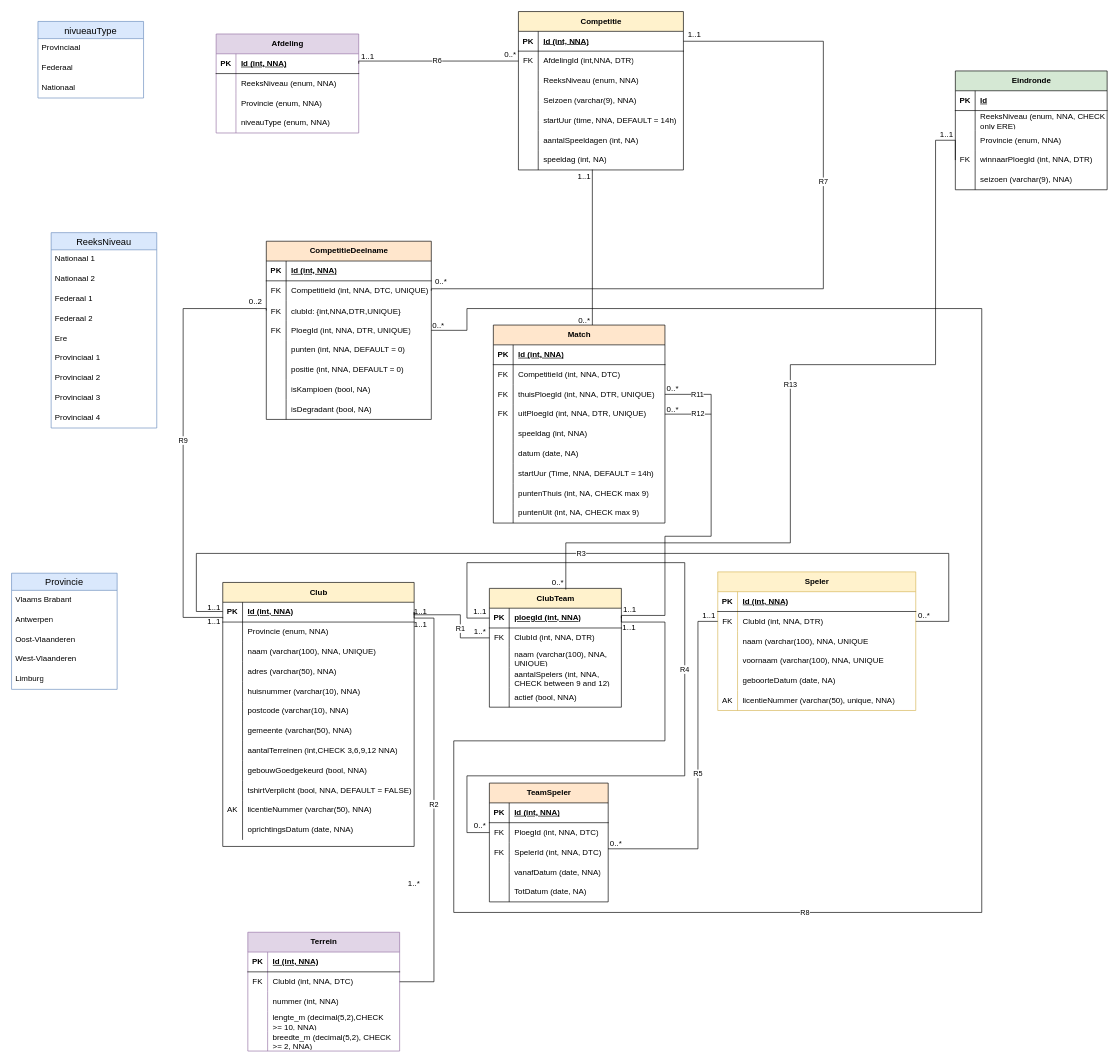
Earlier version of the draw.io diagram project/petanque.drawio (jonastrapmore/databases). Source tidied: cells renumbered, new cells numbered last; positions are measured from the earlier drawing's top-left corner, leaving out a move shared by most shapes. Both pictures are drawn from the tidied source at 66%, with x=0, y=0 at pixel (11, 11).
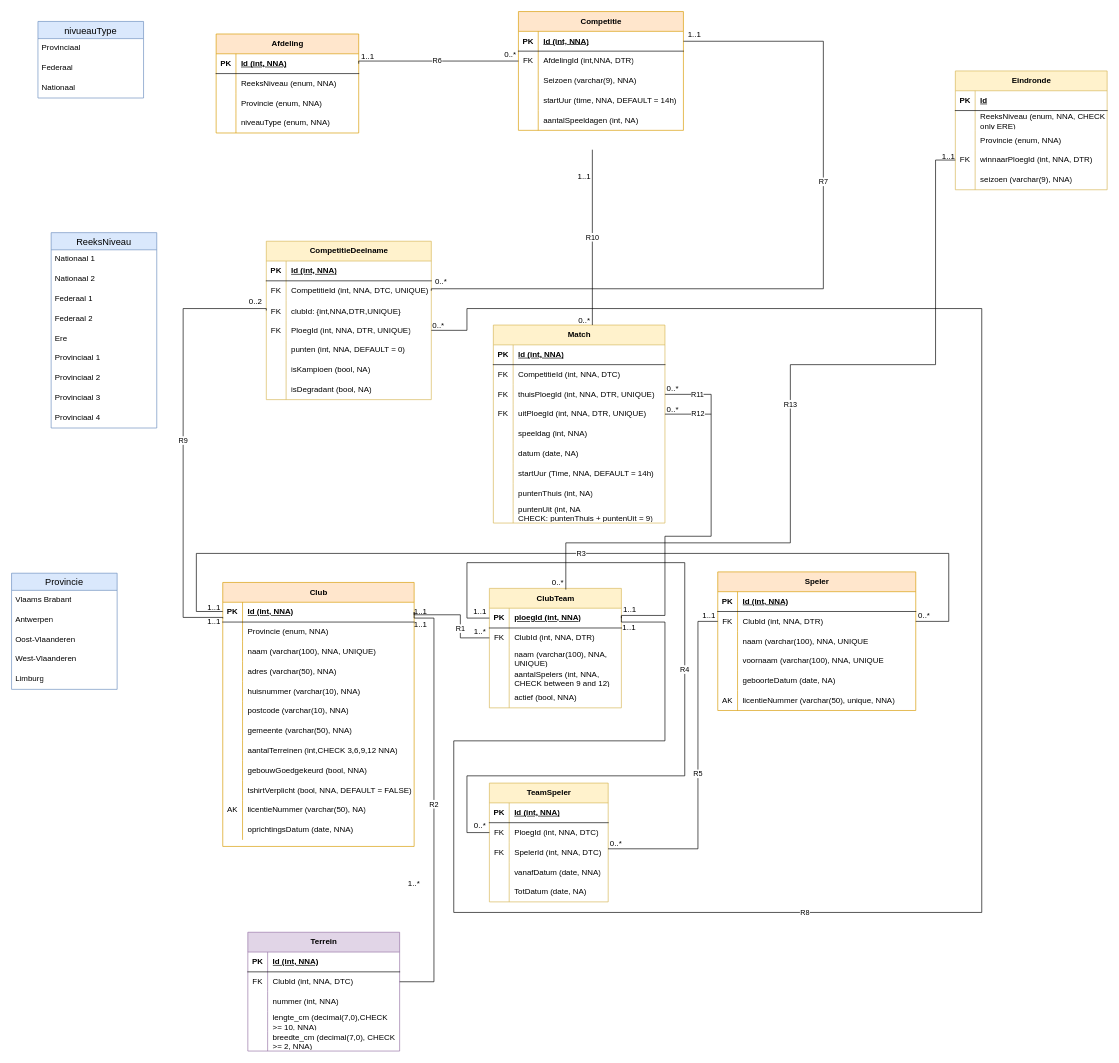
Above is the later version.

Unchanged cells that the change refers to:
```xml
<mxCell id="33" style="shape=tableRow;horizontal=0;startSize=0;swimlaneHead=0;swimlaneBody=0;fillColor=none;top=0;left=0;right=0;bottom=0;" parent="2" vertex="1">
  <mxGeometry y="330" width="290" height="30" as="geometry" />
</mxCell>
<mxCell id="68" style="shape=tableRow;horizontal=0;startSize=0;swimlaneHead=0;swimlaneBody=0;fillColor=none;top=0;left=0;right=0;bottom=0;" parent="58" vertex="1">
  <mxGeometry y="120" width="230" height="30" as="geometry" />
</mxCell>
<mxCell id="71" style="shape=tableRow;horizontal=0;startSize=0;swimlaneHead=0;swimlaneBody=0;fillColor=none;top=0;left=0;right=0;bottom=0;" parent="58" vertex="1">
  <mxGeometry y="150" width="230" height="30" as="geometry" />
</mxCell>
<mxCell id="211" style="shape=tableRow;horizontal=0;startSize=0;swimlaneHead=0;swimlaneBody=0;fillColor=none;top=0;left=0;right=0;bottom=0;" parent="189" vertex="1">
  <mxGeometry y="240" width="260" height="30" as="geometry" />
</mxCell>
<mxCell id="214" style="shape=tableRow;horizontal=0;startSize=0;swimlaneHead=0;swimlaneBody=0;fillColor=none;top=0;left=0;right=0;bottom=0;" parent="189" vertex="1">
  <mxGeometry y="270" width="260" height="30" as="geometry" />
</mxCell>
<mxCell id="234" style="shape=tableRow;horizontal=0;startSize=0;swimlaneHead=0;swimlaneBody=0;fillColor=none;points=[[0,0.5],[1,0.5]];portConstraint=eastwest;top=0;left=0;right=0;bottom=0;" parent="224" vertex="1">
  <mxGeometry y="120" width="230" height="30" as="geometry" />
</mxCell>
```

What changed in the source:
```diff
@@
-    <mxCell id="2" value="Club" style="shape=table;startSize=30;childLayout=tableLayout;rowLines=0;fontStyle=1;align=center;html=1;fillColor=#FFF2CC;" parent="1" vertex="1">
+    <mxCell id="2" value="Club" style="shape=table;startSize=30;childLayout=tableLayout;rowLines=0;fontStyle=1;align=center;html=1;fillColor=#ffe6cc;strokeColor=#d79b00;" parent="1" vertex="1">
       <mxGeometry x="320" y="865" width="290" height="400" as="geometry" />
     </mxCell>
@@
-    <mxCell id="35" value="licentieNummer (varchar(50), NNA)" style="shape=partialRectangle;fillColor=none;top=0;left=0;bottom=0;right=0;align=left;spacingLeft=6;overflow=hidden;whiteSpace=wrap;html=1;" parent="33" vertex="1">
+    <mxCell id="35" value="licentieNummer (varchar(50), NA)" style="shape=partialRectangle;fillColor=none;top=0;left=0;bottom=0;right=0;align=left;spacingLeft=6;overflow=hidden;whiteSpace=wrap;html=1;" parent="33" vertex="1">
       <mxGeometry x="30" width="260" height="30" as="geometry" />
     </mxCell>
@@
-    <mxCell id="39" value="ClubTeam" style="shape=table;startSize=30;childLayout=tableLayout;rowLines=0;fontStyle=1;align=center;html=1;fillColor=#FFF2CC;" parent="1" vertex="1">
-      <mxGeometry x="724" y="874" width="200" height="180" as="geometry" />
+    <mxCell id="39" value="ClubTeam" style="shape=table;startSize=30;childLayout=tableLayout;rowLines=0;fontStyle=1;align=center;html=1;fillColor=#fff2cc;strokeColor=#d6b656;" parent="1" vertex="1">
+      <mxGeometry x="724" y="874" width="200" height="181" as="geometry" />
     </mxCell>
@@
     <mxCell id="46" style="shape=tableRow;horizontal=0;startSize=0;swimlaneHead=0;swimlaneBody=0;fillColor=none;top=0;left=0;right=0;bottom=0;" parent="39" vertex="1">
-      <mxGeometry y="90" width="200" height="30" as="geometry" />
+      <mxGeometry y="90" width="200" height="31" as="geometry" />
     </mxCell>
     <mxCell id="47" style="shape=partialRectangle;fillColor=none;top=0;left=0;bottom=0;right=0;overflow=hidden;whiteSpace=wrap;html=1;" parent="46" vertex="1">
-      <mxGeometry width="30" height="30" as="geometry" />
+      <mxGeometry width="30" height="31" as="geometry" />
     </mxCell>
     <mxCell id="48" value="naam (varchar(100), NNA, UNIQUE)" style="shape=partialRectangle;fillColor=none;top=0;left=0;bottom=0;right=0;align=left;spacingLeft=6;overflow=hidden;whiteSpace=wrap;html=1;" parent="46" vertex="1">
-      <mxGeometry x="30" width="170" height="30" as="geometry" />
+      <mxGeometry x="30" width="170" height="31" as="geometry" />
     </mxCell>
     <mxCell id="49" style="shape=tableRow;horizontal=0;startSize=0;swimlaneHead=0;swimlaneBody=0;fillColor=none;top=0;left=0;right=0;bottom=0;" parent="39" vertex="1">
-      <mxGeometry y="120" width="200" height="30" as="geometry" />
+      <mxGeometry y="121" width="200" height="30" as="geometry" />
     </mxCell>
@@
     <mxCell id="52" style="shape=tableRow;horizontal=0;startSize=0;swimlaneHead=0;swimlaneBody=0;fillColor=none;top=0;left=0;right=0;bottom=0;" parent="39" vertex="1">
-      <mxGeometry y="150" width="200" height="30" as="geometry" />
+      <mxGeometry y="151" width="200" height="30" as="geometry" />
     </mxCell>
@@
-    <mxCell id="70" value="lengte_m (decimal(5,2),CHECK &amp;gt;=&lt;span style=&quot;background-color: transparent; color: light-dark(rgb(0, 0, 0), rgb(255, 255, 255));&quot;&gt;&amp;nbsp;10, NNA)&lt;/span&gt;" style="shape=partialRectangle;fillColor=none;top=0;left=0;bottom=0;right=0;align=left;spacingLeft=6;overflow=hidden;whiteSpace=wrap;html=1;" parent="68" vertex="1">
+    <mxCell id="70" value="lengte_cm (decimal(7,0),CHECK &amp;gt;=&lt;span style=&quot;background-color: transparent; color: light-dark(rgb(0, 0, 0), rgb(255, 255, 255));&quot;&gt;&amp;nbsp;10, NNA)&lt;/span&gt;" style="shape=partialRectangle;fillColor=none;top=0;left=0;bottom=0;right=0;align=left;spacingLeft=6;overflow=hidden;whiteSpace=wrap;html=1;" parent="68" vertex="1">
       <mxGeometry x="30" width="200" height="30" as="geometry" />
     </mxCell>
@@
-    <mxCell id="73" value="breedte_m (decimal(5,2), CHECK &amp;gt;=&lt;span style=&quot;background-color: transparent; color: light-dark(rgb(0, 0, 0), rgb(255, 255, 255));&quot;&gt;&amp;nbsp;2, NNA)&lt;/span&gt;" style="shape=partialRectangle;fillColor=none;top=0;left=0;bottom=0;right=0;align=left;spacingLeft=6;overflow=hidden;whiteSpace=wrap;html=1;" parent="71" vertex="1">
+    <mxCell id="73" value="breedte_cm (decimal(7,0), CHECK &amp;gt;=&lt;span style=&quot;background-color: transparent; color: light-dark(rgb(0, 0, 0), rgb(255, 255, 255));&quot;&gt;&amp;nbsp;2, NNA)&lt;/span&gt;" style="shape=partialRectangle;fillColor=none;top=0;left=0;bottom=0;right=0;align=left;spacingLeft=6;overflow=hidden;whiteSpace=wrap;html=1;" parent="71" vertex="1">
       <mxGeometry x="30" width="200" height="30" as="geometry" />
     </mxCell>
@@
-    <mxCell id="77" value="Afdeling" style="shape=table;startSize=30;childLayout=tableLayout;rowLines=0;fontStyle=1;align=center;html=1;fillColor=#e1d5e7;strokeColor=#9673a6;" parent="1" vertex="1">
+    <mxCell id="77" value="Afdeling" style="shape=table;startSize=30;childLayout=tableLayout;rowLines=0;fontStyle=1;align=center;html=1;fillColor=#ffe6cc;strokeColor=#d79b00;" parent="1" vertex="1">
       <mxGeometry x="310" y="34" width="216" height="150" as="geometry" />
     </mxCell>
@@
-    <mxCell id="90" value="Speler" style="shape=table;startSize=30;childLayout=tableLayout;rowLines=0;fontStyle=1;align=center;html=1;fillColor=#fff2cc;strokeColor=#d6b656;" parent="1" vertex="1">
+    <mxCell id="90" value="Speler" style="shape=table;startSize=30;childLayout=tableLayout;rowLines=0;fontStyle=1;align=center;html=1;fillColor=#ffe6cc;strokeColor=#d79b00;" parent="1" vertex="1">
       <mxGeometry x="1070" y="849" width="300" height="210" as="geometry" />
     </mxCell>
@@
-    <mxCell id="111" value="TeamSpeler" style="shape=table;startSize=30;childLayout=tableLayout;rowLines=0;fontStyle=1;align=center;html=1;fillColor=#FFE6CC;" parent="1" vertex="1">
+    <mxCell id="111" value="TeamSpeler" style="shape=table;startSize=30;childLayout=tableLayout;rowLines=0;fontStyle=1;align=center;html=1;fillColor=#fff2cc;strokeColor=#d6b656;" parent="1" vertex="1">
       <mxGeometry x="724" y="1169" width="180" height="180" as="geometry" />
     </mxCell>
@@
-    <mxCell id="133" value="Competitie" style="shape=table;startSize=30;childLayout=tableLayout;rowLines=0;fontStyle=1;align=center;html=1;fillColor=#FFF2CC;" parent="1" vertex="1">
-      <mxGeometry x="768" width="250" height="240" as="geometry" />
+    <mxCell id="133" value="Competitie" style="shape=table;startSize=30;childLayout=tableLayout;rowLines=0;fontStyle=1;align=center;html=1;fillColor=#ffe6cc;strokeColor=#d79b00;" parent="1" vertex="1">
+      <mxGeometry x="768" width="250" height="180" as="geometry" />
     </mxCell>
@@
-    <mxCell id="140" style="shape=tableRow;horizontal=0;startSize=0;swimlaneHead=0;swimlaneBody=0;fillColor=none;top=0;left=0;right=0;bottom=0;" parent="133" vertex="1">
-      <mxGeometry y="90" width="250" height="30" as="geometry" />
-    </mxCell>
-    <mxCell id="141" style="shape=partialRectangle;fillColor=none;top=0;left=0;bottom=0;right=0;overflow=hidden;whiteSpace=wrap;html=1;" parent="140" vertex="1">
-      <mxGeometry width="30" height="30" as="geometry" />
-    </mxCell>
-    <mxCell id="142" value="ReeksNiveau (enum, NNA)" style="shape=partialRectangle;fillColor=none;top=0;left=0;bottom=0;right=0;align=left;spacingLeft=6;overflow=hidden;whiteSpace=wrap;html=1;" parent="140" vertex="1">
-      <mxGeometry x="30" width="220" height="30" as="geometry" />
-    </mxCell>
     <mxCell id="143" style="shape=tableRow;horizontal=0;startSize=0;swimlaneHead=0;swimlaneBody=0;fillColor=none;top=0;left=0;right=0;bottom=0;" parent="133" vertex="1">
-      <mxGeometry y="120" width="250" height="30" as="geometry" />
+      <mxGeometry y="90" width="250" height="30" as="geometry" />
     </mxCell>
@@
     <mxCell id="146" style="shape=tableRow;horizontal=0;startSize=0;swimlaneHead=0;swimlaneBody=0;fillColor=none;top=0;left=0;right=0;bottom=0;" parent="133" vertex="1">
-      <mxGeometry y="150" width="250" height="30" as="geometry" />
+      <mxGeometry y="120" width="250" height="30" as="geometry" />
     </mxCell>
@@
     <mxCell id="149" style="shape=tableRow;horizontal=0;startSize=0;swimlaneHead=0;swimlaneBody=0;fillColor=none;top=0;left=0;right=0;bottom=0;" parent="133" vertex="1">
-      <mxGeometry y="180" width="250" height="30" as="geometry" />
+      <mxGeometry y="150" width="250" height="30" as="geometry" />
     </mxCell>
@@
-    <mxCell id="152" style="shape=tableRow;horizontal=0;startSize=0;swimlaneHead=0;swimlaneBody=0;fillColor=none;points=[[0,0.5],[1,0.5]];portConstraint=eastwest;top=0;left=0;right=0;bottom=0;" parent="133" vertex="1">
-      <mxGeometry y="210" width="250" height="30" as="geometry" />
-    </mxCell>
-    <mxCell id="153" style="shape=partialRectangle;fillColor=none;top=0;left=0;bottom=0;right=0;overflow=hidden;whiteSpace=wrap;html=1;" parent="152" vertex="1">
-      <mxGeometry width="30" height="30" as="geometry" />
-    </mxCell>
-    <mxCell id="154" value="speeldag (int, NA)" style="shape=partialRectangle;fillColor=none;top=0;left=0;bottom=0;right=0;align=left;spacingLeft=6;overflow=hidden;whiteSpace=wrap;html=1;" parent="152" vertex="1">
-      <mxGeometry x="30" width="220" height="30" as="geometry" />
-    </mxCell>
@@
-    <mxCell id="158" value="CompetitieDeelname" style="shape=table;startSize=30;childLayout=tableLayout;rowLines=0;fontStyle=1;align=center;html=1;fillColor=#FFE6CC;" parent="1" vertex="1">
-      <mxGeometry x="386" y="348" width="250" height="270" as="geometry" />
+    <mxCell id="158" value="CompetitieDeelname" style="shape=table;startSize=30;childLayout=tableLayout;rowLines=0;fontStyle=1;align=center;html=1;fillColor=#fff2cc;strokeColor=#d6b656;" parent="1" vertex="1">
+      <mxGeometry x="386" y="348" width="250" height="240" as="geometry" />
     </mxCell>
@@
-    <mxCell id="174" style="shape=tableRow;horizontal=0;startSize=0;swimlaneHead=0;swimlaneBody=0;fillColor=none;top=0;left=0;right=0;bottom=0;" parent="158" vertex="1">
-      <mxGeometry y="180" width="250" height="30" as="geometry" />
-    </mxCell>
-    <mxCell id="175" style="shape=partialRectangle;fillColor=none;top=0;left=0;bottom=0;right=0;overflow=hidden;whiteSpace=wrap;html=1;" parent="174" vertex="1">
-      <mxGeometry width="30" height="30" as="geometry" />
-    </mxCell>
-    <mxCell id="176" value="positie (int, NNA, DEFAULT = 0)" style="shape=partialRectangle;fillColor=none;top=0;left=0;bottom=0;right=0;align=left;spacingLeft=6;overflow=hidden;whiteSpace=wrap;html=1;" parent="174" vertex="1">
-      <mxGeometry x="30" width="220" height="30" as="geometry" />
-    </mxCell>
     <mxCell id="177" style="shape=tableRow;horizontal=0;startSize=0;swimlaneHead=0;swimlaneBody=0;fillColor=none;top=0;left=0;right=0;bottom=0;" parent="158" vertex="1">
-      <mxGeometry y="210" width="250" height="30" as="geometry" />
+      <mxGeometry y="180" width="250" height="30" as="geometry" />
     </mxCell>
@@
     <mxCell id="180" style="shape=tableRow;horizontal=0;startSize=0;swimlaneHead=0;swimlaneBody=0;fillColor=none;top=0;left=0;right=0;bottom=0;" parent="158" vertex="1">
-      <mxGeometry y="240" width="250" height="30" as="geometry" />
+      <mxGeometry y="210" width="250" height="30" as="geometry" />
     </mxCell>
-    <mxCell id="181" style="shape=partialRectangle;fillColor=none;top=0;left=0;bottom=0;right=0;overflow=hidden;whiteSpace=wrap;html=1;" parent="180" vertex="1">
+    <mxCell id="181" value="&lt;div&gt;&lt;br/&gt;&lt;/div&gt;" style="shape=partialRectangle;fillColor=none;top=0;left=0;bottom=0;right=0;overflow=hidden;whiteSpace=wrap;html=1;" parent="180" vertex="1">
       <mxGeometry width="30" height="30" as="geometry" />
     </mxCell>
@@
-    <mxCell id="189" value="Match" style="shape=table;startSize=30;childLayout=tableLayout;rowLines=0;fontStyle=1;align=center;html=1;fillColor=#FFE6CC;" parent="1" vertex="1">
+    <mxCell id="189" value="Match" style="shape=table;startSize=30;childLayout=tableLayout;rowLines=0;fontStyle=1;align=center;html=1;fillColor=#fff2cc;strokeColor=#d6b656;" parent="1" vertex="1">
       <mxGeometry x="730" y="475" width="260" height="300" as="geometry" />
     </mxCell>
@@
-    <mxCell id="213" value="puntenThuis (int, NA, CHECK max 9)" style="shape=partialRectangle;fillColor=none;top=0;left=0;bottom=0;right=0;align=left;spacingLeft=6;overflow=hidden;whiteSpace=wrap;html=1;" parent="211" vertex="1">
+    <mxCell id="213" value="puntenThuis (int, NA)" style="shape=partialRectangle;fillColor=none;top=0;left=0;bottom=0;right=0;align=left;spacingLeft=6;overflow=hidden;whiteSpace=wrap;html=1;" parent="211" vertex="1">
       <mxGeometry x="30" width="230" height="30" as="geometry" />
     </mxCell>
@@
-    <mxCell id="216" value="puntenUit (int, NA, CHECK&lt;span style=&quot;background-color: transparent; color: light-dark(rgb(0, 0, 0), rgb(255, 255, 255));&quot;&gt;&amp;nbsp;max 9)&lt;/span&gt;" style="shape=partialRectangle;fillColor=none;top=0;left=0;bottom=0;right=0;align=left;spacingLeft=6;overflow=hidden;whiteSpace=wrap;html=1;" parent="214" vertex="1">
+    <mxCell id="216" value="puntenUit (int, NA&lt;div&gt;&lt;span style=&quot;background-color: transparent; color: light-dark(rgb(0, 0, 0), rgb(255, 255, 255));&quot;&gt;CHECK: puntenThuis + puntenUit = 9)&lt;/span&gt;&lt;/div&gt;" style="shape=partialRectangle;fillColor=none;top=0;left=0;bottom=0;right=0;align=left;spacingLeft=6;overflow=hidden;whiteSpace=wrap;html=1;" parent="214" vertex="1">
       <mxGeometry x="30" width="230" height="30" as="geometry" />
     </mxCell>
@@
-    <mxCell id="224" value="Eindronde" style="shape=table;startSize=30;childLayout=tableLayout;rowLines=0;fontStyle=1;align=center;html=1;fillColor=#D5E8D4;" parent="1" vertex="1">
+    <mxCell id="224" value="Eindronde" style="shape=table;startSize=30;childLayout=tableLayout;rowLines=0;fontStyle=1;align=center;html=1;fillColor=#fff2cc;strokeColor=#d6b656;" parent="1" vertex="1">
       <mxGeometry x="1430" y="90" width="230" height="180" as="geometry" />
     </mxCell>
@@
     <mxCell id="240" value="R13" style="endArrow=none;html=1;rounded=0;edgeStyle=orthogonalEdgeStyle;exitX=0.579;exitY=0.01;exitDx=0;exitDy=0;exitPerimeter=0;entryX=0;entryY=0.5;entryDx=0;entryDy=0;" parent="1" edge="1" source="39" target="234">
       <mxGeometry relative="1" as="geometry">
         <Array as="points">
           <mxPoint x="840" y="805" />
           <mxPoint x="1180" y="805" />
           <mxPoint x="1180" y="535" />
           <mxPoint x="1400" y="535" />
-          <mxPoint x="1400" y="195" />
+          <mxPoint x="1400" y="225" />
         </Array>
       </mxGeometry>
     </mxCell>
     <mxCell id="241" value="1..1" style="text;html=1;whiteSpace=wrap;strokeColor=none;fillColor=none;align=center;verticalAlign=middle;rounded=0;" parent="1" vertex="1">
-      <mxGeometry x="1387" y="172" width="60" height="30" as="geometry" />
+      <mxGeometry x="1390" y="205" width="60" height="30" as="geometry" />
     </mxCell>
@@
-    <mxCell id="267" style="endArrow=none;html=1;rounded=0;entryX=0.577;entryY=0;entryDx=0;entryDy=0;entryPerimeter=0;exitX=0.448;exitY=0.978;exitDx=0;exitDy=0;exitPerimeter=0;" parent="1" edge="1" source="152" target="189">
-      <mxGeometry relative="1" as="geometry" />
+    <mxCell id="267" value="R10" style="endArrow=none;html=1;rounded=0;entryX=0.577;entryY=0;entryDx=0;entryDy=0;entryPerimeter=0;exitX=0.448;exitY=0.978;exitDx=0;exitDy=0;exitPerimeter=0;" parent="1" edge="1" target="189">
+      <mxGeometry relative="1" as="geometry">
+        <mxPoint x="880" y="209.3" as="sourcePoint" />
+      </mxGeometry>
     </mxCell>
```
